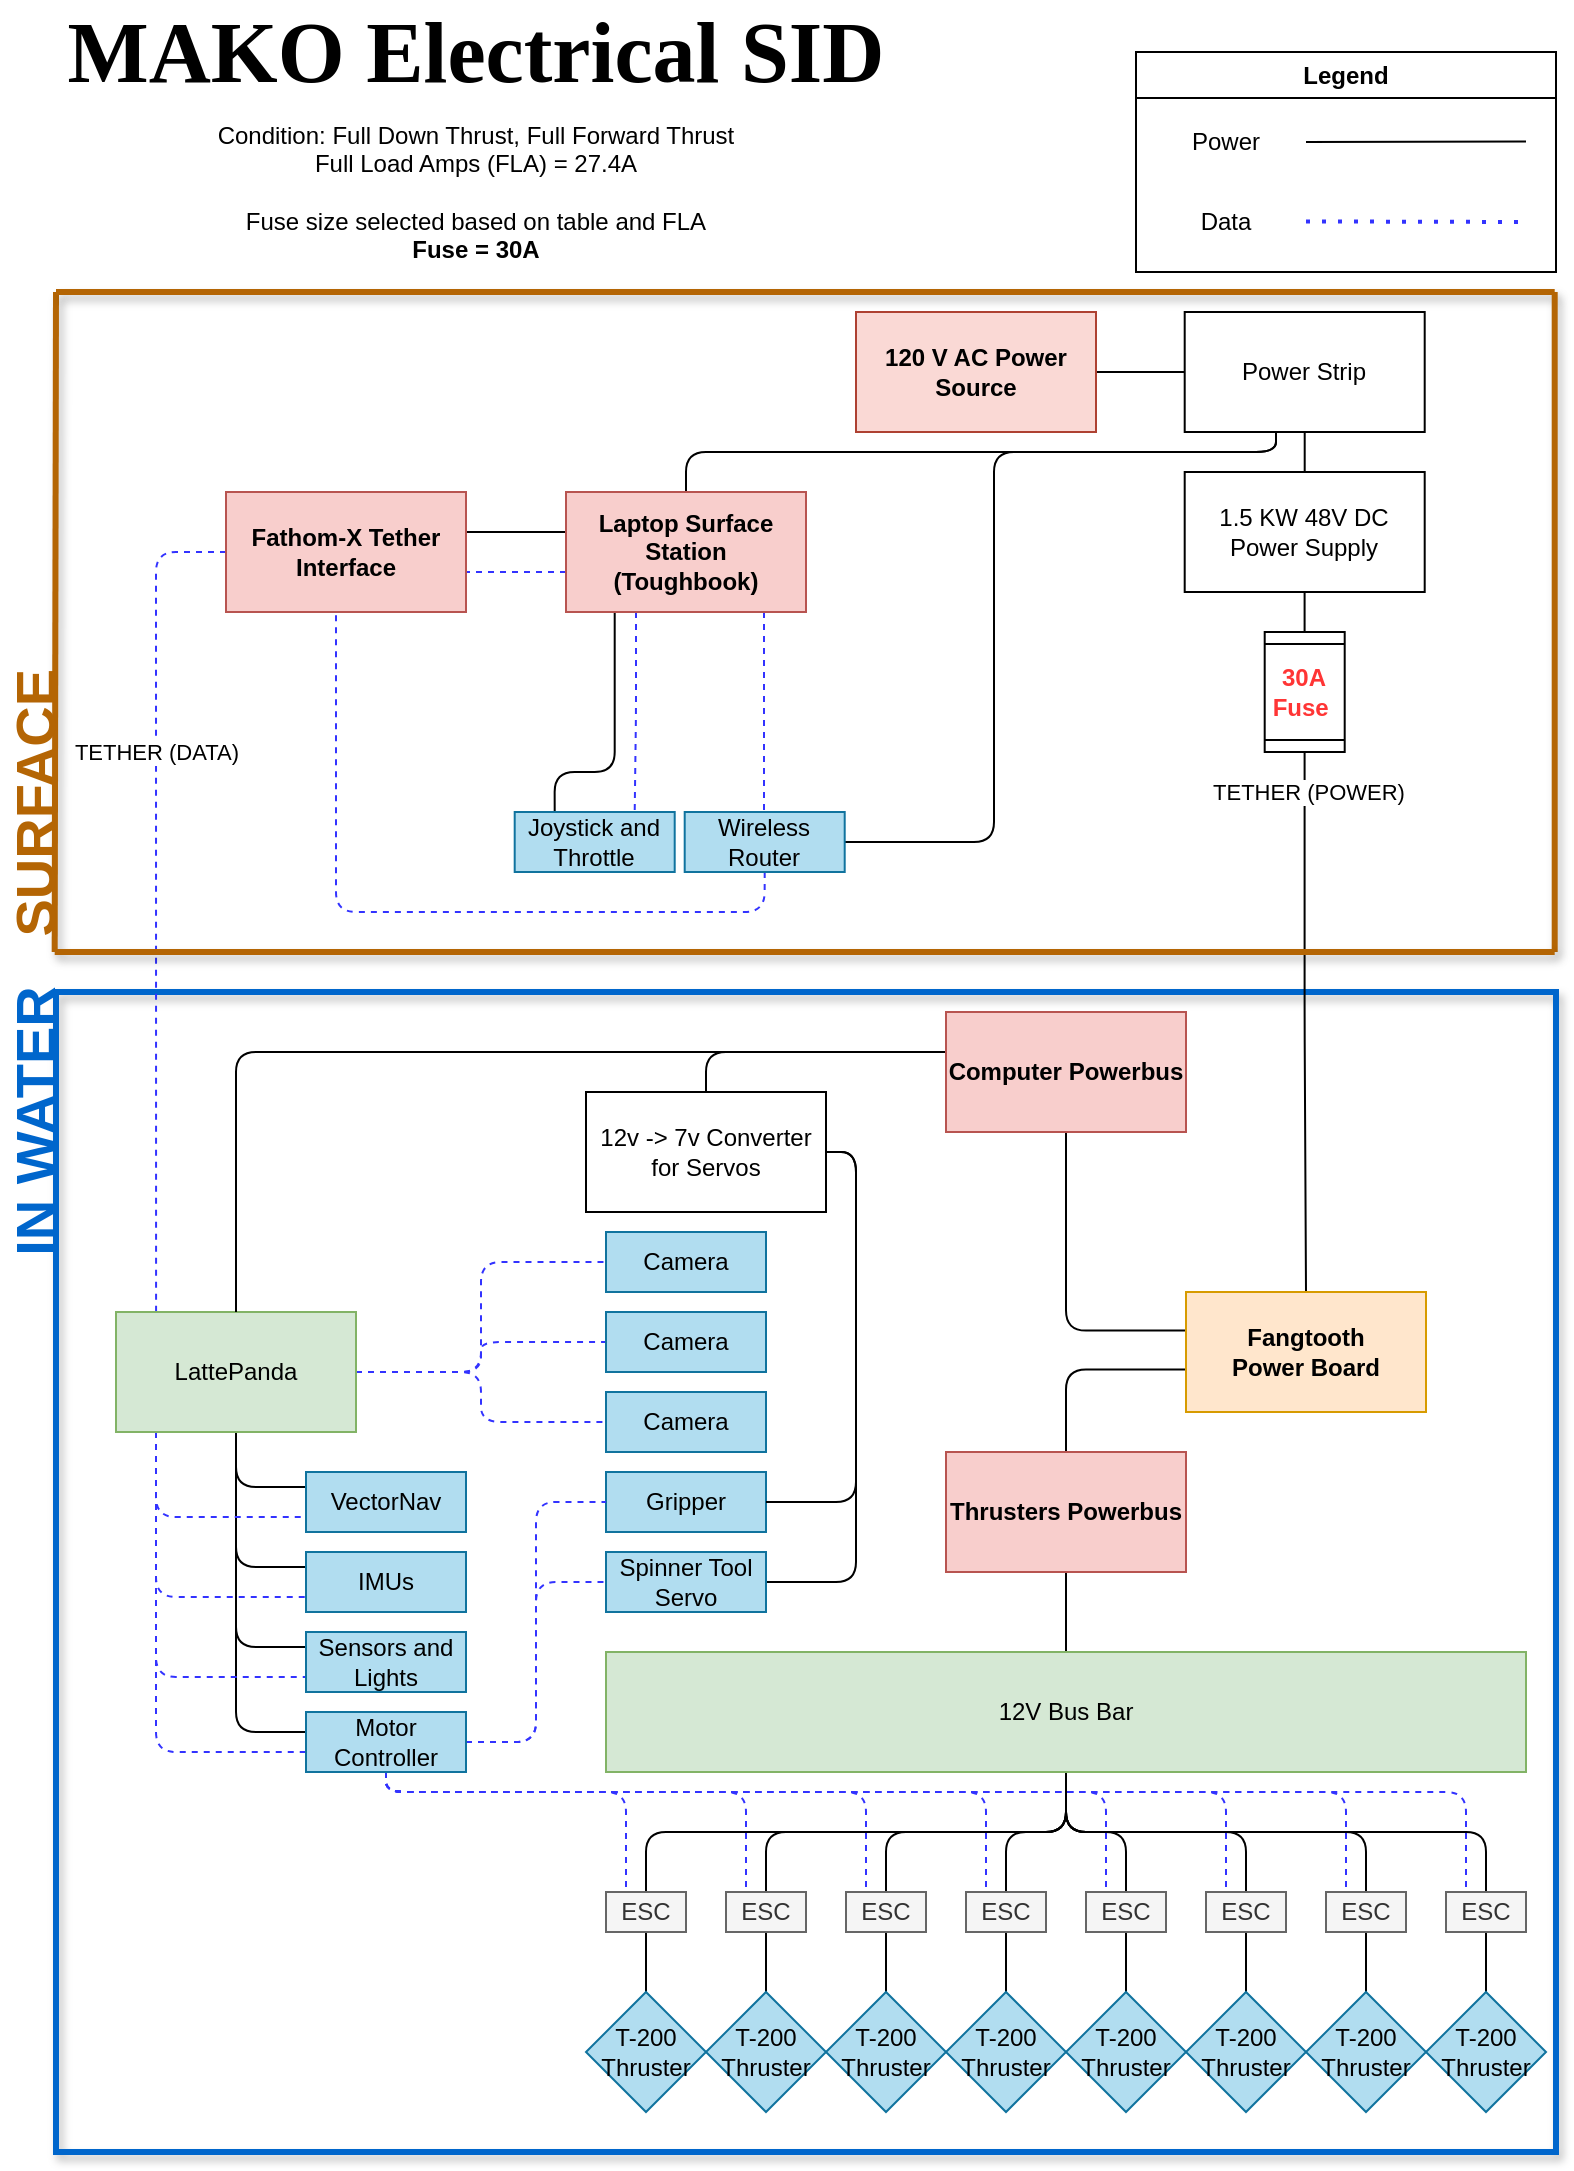
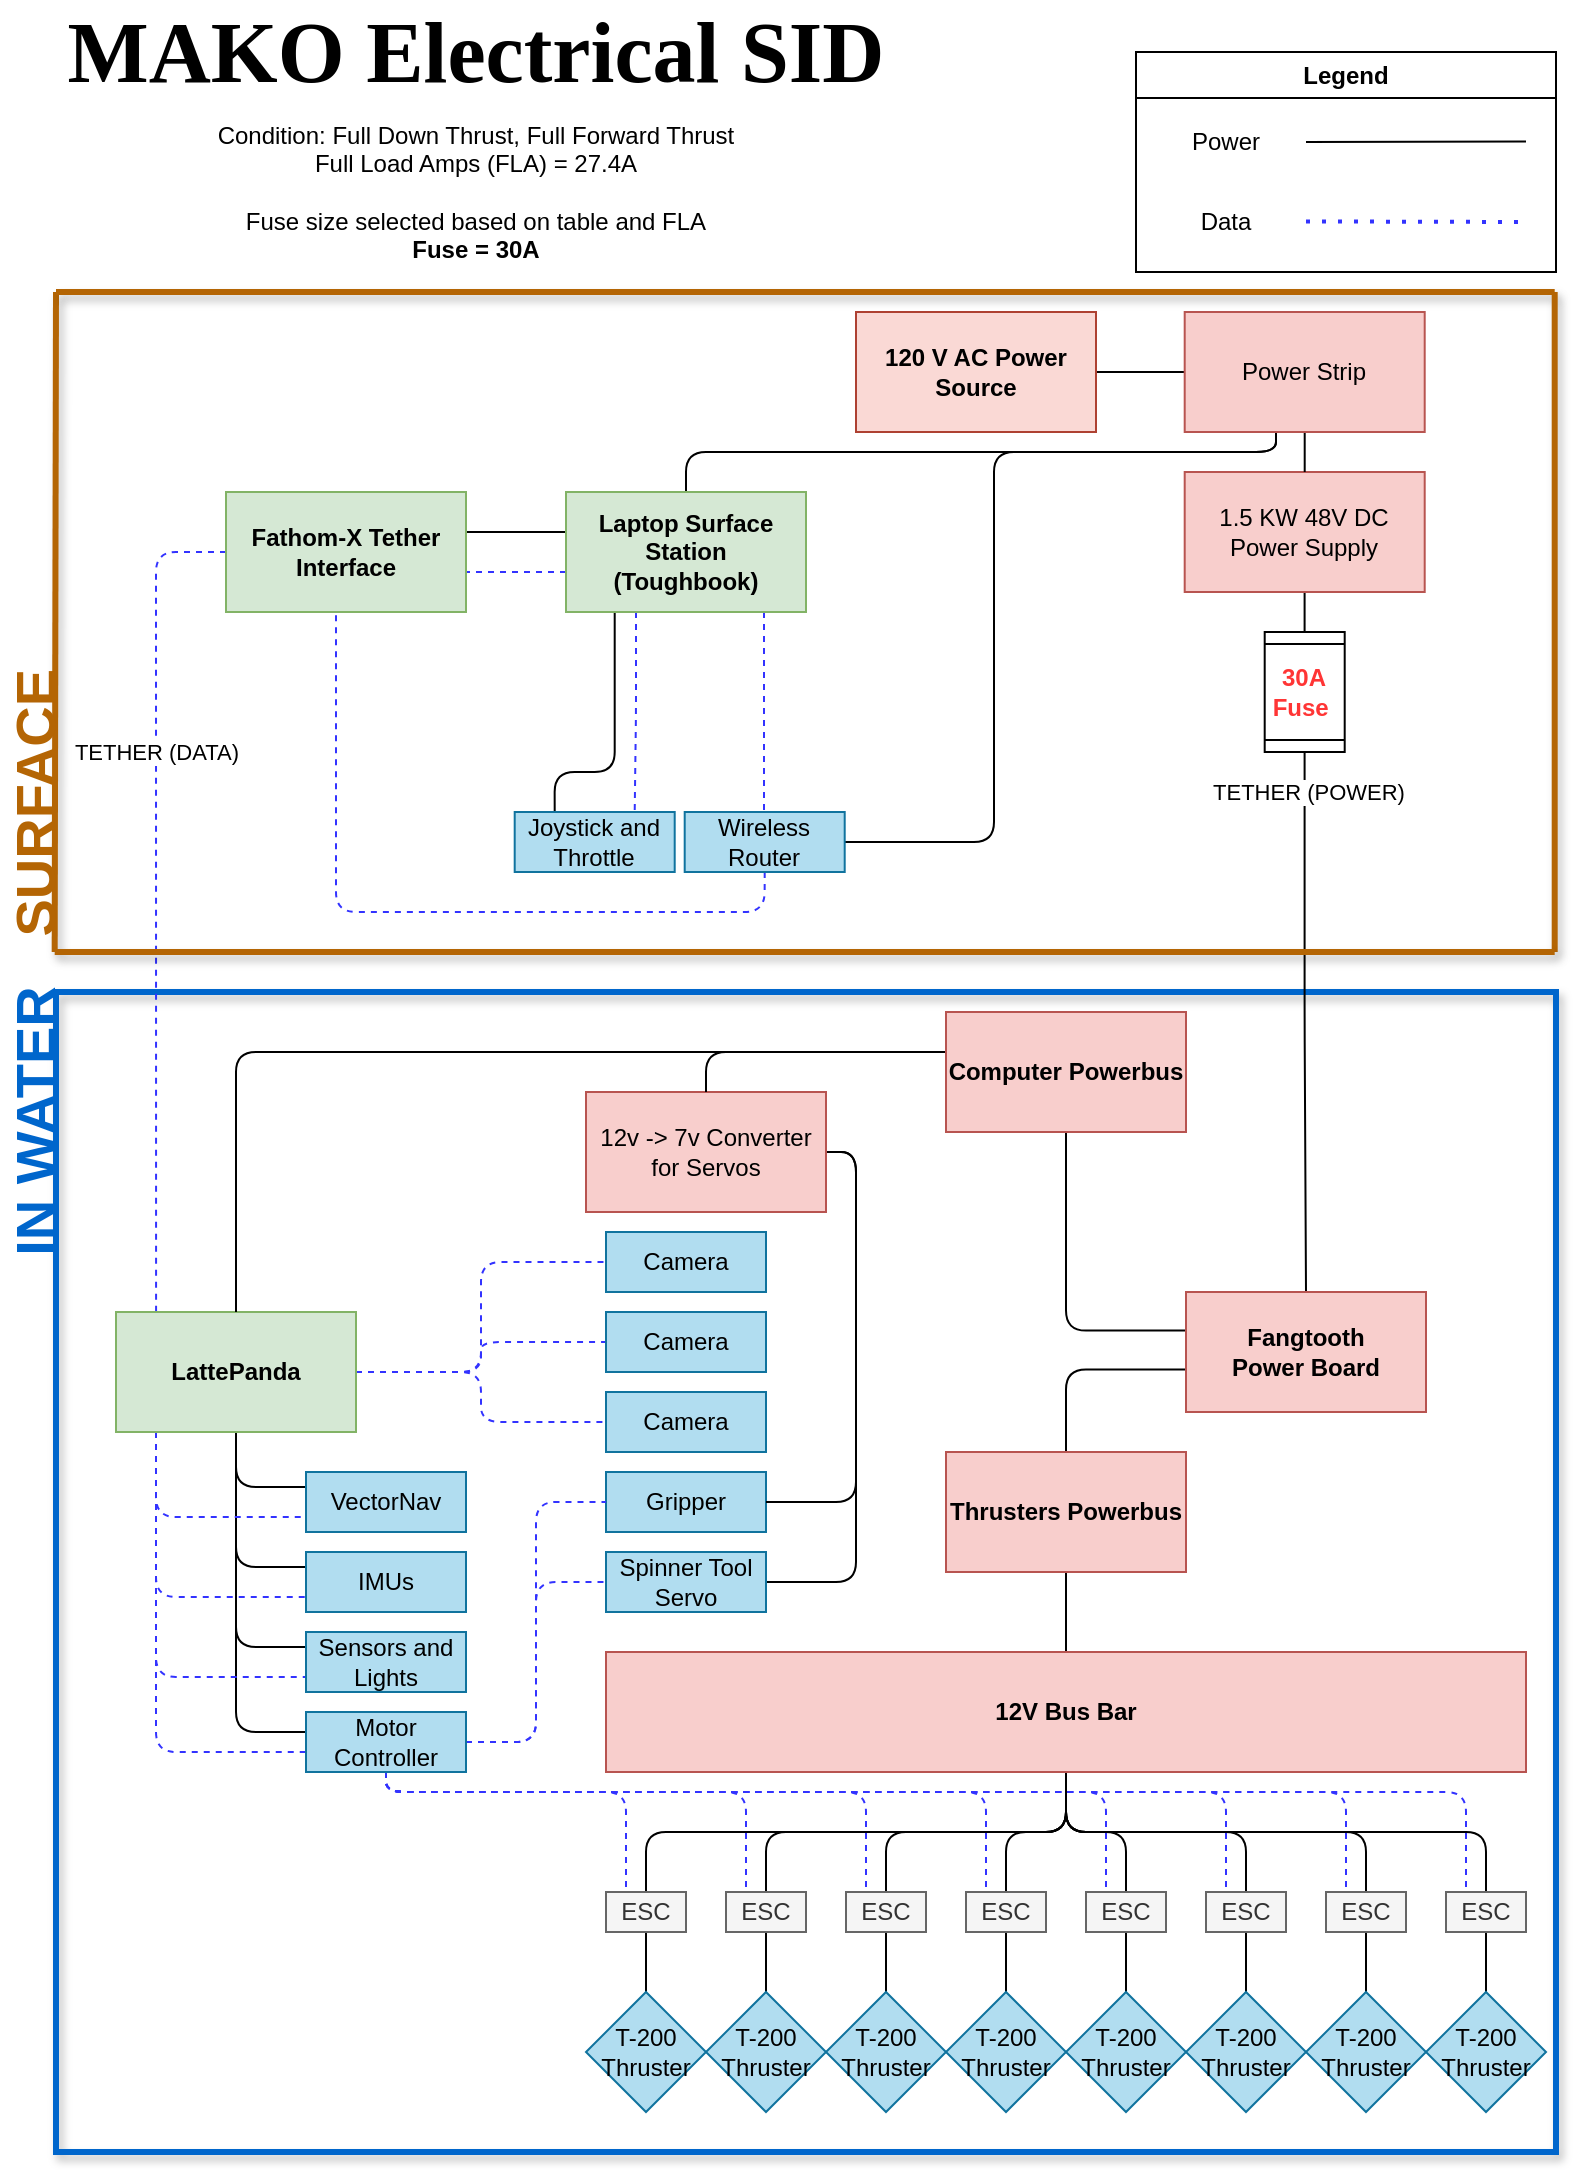
<mxfile host="app.diagrams.net" agent="Mozilla/5.0 (Windows NT 10.0; Win64; x64; rv:139.0) Gecko/20100101 Firefox/139.0">
  <diagram name="Page-1" id="doaNbLGYiiKzRFzNWdXi">
-     <mxGraphModel dx="862" dy="993" grid="1" gridSize="10" guides="1" tooltips="1" connect="1" arrows="1" fold="1" page="1" pageScale="1" pageWidth="850" pageHeight="1100" math="0" shadow="0">
+     <mxGraphModel dx="1204" dy="1192" grid="1" gridSize="10" guides="1" tooltips="1" connect="1" arrows="1" fold="1" page="1" pageScale="1" pageWidth="850" pageHeight="1100" math="0" shadow="0">
      <root>
        <mxCell id="0" />
        <mxCell id="1" parent="0" />
        <mxCell id="0vSBfI8_46AL9H7hPHAw-18" parent="1" style="rounded=0;whiteSpace=wrap;html=1;fillColor=none;strokeWidth=3;strokeColor=#0066CC;glass=0;shadow=1;" value="" vertex="1">
          <mxGeometry height="580" width="750" x="890" y="500" as="geometry" />
        </mxCell>
        <mxCell id="59XTsty1G1Yx93DkZX_j-1" parent="1" style="text;html=1;whiteSpace=wrap;strokeColor=none;fillColor=none;align=center;verticalAlign=middle;rounded=0;fontFamily=Times New Roman;fontStyle=1" value="&lt;font style=&quot;font-size: 43px;&quot;&gt;&lt;span&gt;MAKO Electrical SID&lt;/span&gt;&lt;/font&gt;" vertex="1">
          <mxGeometry height="40" width="420" x="890" y="10" as="geometry" />
        </mxCell>
        <mxCell id="59XTsty1G1Yx93DkZX_j-24" edge="1" parent="1" style="edgeStyle=orthogonalEdgeStyle;rounded=0;orthogonalLoop=1;jettySize=auto;html=1;exitX=0.5;exitY=1;exitDx=0;exitDy=0;">
          <mxGeometry relative="1" as="geometry">
            <mxPoint x="1435" y="910" as="sourcePoint" />
            <mxPoint x="1435" y="910" as="targetPoint" />
          </mxGeometry>
        </mxCell>
        <mxCell id="59XTsty1G1Yx93DkZX_j-45" parent="1" style="swimlane;whiteSpace=wrap;html=1;" value="Legend" vertex="1">
          <mxGeometry height="110" width="210" x="1430" y="30" as="geometry" />
        </mxCell>
        <mxCell id="59XTsty1G1Yx93DkZX_j-46" parent="59XTsty1G1Yx93DkZX_j-45" style="text;html=1;whiteSpace=wrap;strokeColor=none;fillColor=none;align=center;verticalAlign=middle;rounded=0;" value="Power" vertex="1">
          <mxGeometry height="30" width="60" x="15" y="30" as="geometry" />
        </mxCell>
        <mxCell id="59XTsty1G1Yx93DkZX_j-47" parent="59XTsty1G1Yx93DkZX_j-45" style="text;html=1;whiteSpace=wrap;strokeColor=none;fillColor=none;align=center;verticalAlign=middle;rounded=0;" value="Data" vertex="1">
          <mxGeometry height="30" width="60" x="15" y="70" as="geometry" />
        </mxCell>
        <mxCell id="59XTsty1G1Yx93DkZX_j-53" edge="1" parent="59XTsty1G1Yx93DkZX_j-45" style="endArrow=none;dashed=1;html=1;dashPattern=1 3;strokeWidth=2;strokeColor=#3333FF;" value="">
          <mxGeometry height="50" relative="1" width="50" as="geometry">
            <mxPoint x="85" y="84.72" as="sourcePoint" />
            <mxPoint x="195" y="85" as="targetPoint" />
          </mxGeometry>
        </mxCell>
        <mxCell id="59XTsty1G1Yx93DkZX_j-54" edge="1" parent="59XTsty1G1Yx93DkZX_j-45" style="endArrow=none;html=1;strokeColor=#000000;" value="">
          <mxGeometry height="50" relative="1" width="50" as="geometry">
            <mxPoint x="85" y="45.06" as="sourcePoint" />
            <mxPoint x="195" y="44.78" as="targetPoint" />
          </mxGeometry>
        </mxCell>
        <mxCell id="59XTsty1G1Yx93DkZX_j-216" edge="1" parent="1" source="59XTsty1G1Yx93DkZX_j-57" style="edgeStyle=orthogonalEdgeStyle;orthogonalLoop=1;jettySize=auto;html=1;endArrow=none;endFill=0;" target="59XTsty1G1Yx93DkZX_j-208" value="">
          <mxGeometry relative="1" as="geometry" />
        </mxCell>
        <mxCell id="59XTsty1G1Yx93DkZX_j-57" parent="1" style="rounded=0;whiteSpace=wrap;html=1;fillColor=#fad9d5;strokeColor=#ae4132;fontStyle=1" value="120 V AC Power Source" vertex="1">
          <mxGeometry height="60" width="120" x="1290" y="160" as="geometry" />
        </mxCell>
        <mxCell id="59XTsty1G1Yx93DkZX_j-71" edge="1" parent="1" source="59XTsty1G1Yx93DkZX_j-66" style="edgeStyle=orthogonalEdgeStyle;orthogonalLoop=1;jettySize=auto;html=1;endArrow=none;endFill=0;" target="59XTsty1G1Yx93DkZX_j-70" value="">
          <mxGeometry relative="1" as="geometry" />
        </mxCell>
-         <mxCell id="59XTsty1G1Yx93DkZX_j-66" parent="1" style="rounded=0;whiteSpace=wrap;html=1;" value="&lt;div&gt;1.5 KW 48V DC Power Supply&lt;/div&gt;" vertex="1">
+         <mxCell id="59XTsty1G1Yx93DkZX_j-66" parent="1" style="rounded=0;whiteSpace=wrap;html=1;fillColor=#f8cecc;strokeColor=#b85450;" value="&lt;div&gt;1.5 KW 48V DC Power Supply&lt;/div&gt;" vertex="1">
          <mxGeometry height="60" width="120" x="1454.35" y="240" as="geometry" />
        </mxCell>
        <mxCell id="59XTsty1G1Yx93DkZX_j-81" edge="1" parent="1" source="59XTsty1G1Yx93DkZX_j-70" style="edgeStyle=orthogonalEdgeStyle;orthogonalLoop=1;jettySize=auto;html=1;entryX=0.5;entryY=0;entryDx=0;entryDy=0;endArrow=none;endFill=0;" target="59XTsty1G1Yx93DkZX_j-101" value="">
          <mxGeometry relative="1" as="geometry">
            <mxPoint x="1515" y="470" as="targetPoint" />
          </mxGeometry>
        </mxCell>
        <mxCell id="59XTsty1G1Yx93DkZX_j-99" connectable="0" parent="59XTsty1G1Yx93DkZX_j-81" style="edgeLabel;html=1;align=center;verticalAlign=middle;resizable=0;points=[];" value="TETHER (POWER)" vertex="1">
          <mxGeometry relative="1" x="-0.062" y="-1" as="geometry">
            <mxPoint x="2" y="-107" as="offset" />
          </mxGeometry>
        </mxCell>
        <mxCell id="59XTsty1G1Yx93DkZX_j-70" parent="1" style="shape=process;whiteSpace=wrap;html=1;backgroundOutline=1;rounded=0;direction=south;" value="&lt;div&gt;&lt;b style=&quot;color: rgb(255, 53, 53);&quot;&gt;30A&lt;/b&gt;&lt;/div&gt;&lt;div&gt;&lt;b style=&quot;color: rgb(255, 53, 53);&quot;&gt;Fuse&amp;nbsp;&lt;/b&gt;&lt;/div&gt;" vertex="1">
          <mxGeometry height="60" width="40" x="1494.35" y="320" as="geometry" />
        </mxCell>
        <mxCell id="59XTsty1G1Yx93DkZX_j-83" parent="1" style="text;html=1;whiteSpace=wrap;strokeColor=none;fillColor=none;align=center;verticalAlign=middle;rounded=0;" value="&lt;div&gt;Condition: Full Down Thrust, Full Forward Thrust&lt;/div&gt;&lt;div&gt;Full Load Amps (FLA) = 27.4A&lt;/div&gt;&lt;div&gt;&lt;br&gt;&lt;/div&gt;&lt;div&gt;Fuse size selected based on table and FLA&lt;/div&gt;&lt;div&gt;&lt;b&gt;Fuse = 30A&lt;/b&gt;&lt;/div&gt;" vertex="1">
          <mxGeometry height="80" width="410" x="894.9999999999999" y="60" as="geometry" />
        </mxCell>
        <mxCell id="59XTsty1G1Yx93DkZX_j-205" edge="1" parent="1" source="59XTsty1G1Yx93DkZX_j-101" style="edgeStyle=orthogonalEdgeStyle;orthogonalLoop=1;jettySize=auto;html=1;entryX=0.5;entryY=1;entryDx=0;entryDy=0;exitX=-0.004;exitY=0.321;exitDx=0;exitDy=0;exitPerimeter=0;endArrow=none;endFill=0;" target="59XTsty1G1Yx93DkZX_j-180">
          <mxGeometry relative="1" as="geometry" />
        </mxCell>
        <mxCell id="59XTsty1G1Yx93DkZX_j-206" edge="1" parent="1" source="59XTsty1G1Yx93DkZX_j-101" style="edgeStyle=orthogonalEdgeStyle;orthogonalLoop=1;jettySize=auto;html=1;exitX=0.001;exitY=0.645;exitDx=0;exitDy=0;exitPerimeter=0;endArrow=none;endFill=0;" target="59XTsty1G1Yx93DkZX_j-102">
          <mxGeometry relative="1" as="geometry" />
        </mxCell>
-         <mxCell id="59XTsty1G1Yx93DkZX_j-101" parent="1" style="rounded=0;whiteSpace=wrap;html=1;fillColor=#ffe6cc;strokeColor=#d79b00;fontStyle=1" value="&lt;div&gt;Fangtooth&lt;/div&gt;&lt;div&gt;Power Board&lt;/div&gt;" vertex="1">
+         <mxCell id="59XTsty1G1Yx93DkZX_j-101" parent="1" style="rounded=0;whiteSpace=wrap;html=1;fillColor=#f8cecc;strokeColor=#b85450;fontStyle=1" value="&lt;div&gt;Fangtooth&lt;/div&gt;&lt;div&gt;Power Board&lt;/div&gt;" vertex="1">
          <mxGeometry height="60" width="120" x="1455" y="650" as="geometry" />
        </mxCell>
        <mxCell id="59XTsty1G1Yx93DkZX_j-113" edge="1" parent="1" source="59XTsty1G1Yx93DkZX_j-102" style="edgeStyle=orthogonalEdgeStyle;orthogonalLoop=1;jettySize=auto;html=1;entryX=0.5;entryY=0;entryDx=0;entryDy=0;endArrow=none;endFill=0;" target="59XTsty1G1Yx93DkZX_j-108">
          <mxGeometry relative="1" as="geometry" />
        </mxCell>
        <mxCell id="59XTsty1G1Yx93DkZX_j-102" parent="1" style="rounded=0;whiteSpace=wrap;html=1;fillColor=#f8cecc;strokeColor=#b85450;fontStyle=1" value="Thrusters Powerbus" vertex="1">
          <mxGeometry height="60" width="120" x="1335" y="730" as="geometry" />
        </mxCell>
        <mxCell id="59XTsty1G1Yx93DkZX_j-135" edge="1" parent="1" source="59XTsty1G1Yx93DkZX_j-108" style="edgeStyle=orthogonalEdgeStyle;orthogonalLoop=1;jettySize=auto;html=1;entryX=0.5;entryY=0;entryDx=0;entryDy=0;endArrow=none;endFill=0;" target="59XTsty1G1Yx93DkZX_j-116">
          <mxGeometry relative="1" as="geometry" />
        </mxCell>
        <mxCell id="59XTsty1G1Yx93DkZX_j-137" edge="1" parent="1" source="59XTsty1G1Yx93DkZX_j-108" style="edgeStyle=orthogonalEdgeStyle;orthogonalLoop=1;jettySize=auto;html=1;entryX=0.5;entryY=0;entryDx=0;entryDy=0;endArrow=none;endFill=0;" target="59XTsty1G1Yx93DkZX_j-120">
          <mxGeometry relative="1" as="geometry" />
        </mxCell>
        <mxCell id="59XTsty1G1Yx93DkZX_j-138" edge="1" parent="1" source="59XTsty1G1Yx93DkZX_j-108" style="edgeStyle=orthogonalEdgeStyle;orthogonalLoop=1;jettySize=auto;html=1;entryX=0.5;entryY=0;entryDx=0;entryDy=0;endArrow=none;endFill=0;" target="59XTsty1G1Yx93DkZX_j-117">
          <mxGeometry relative="1" as="geometry" />
        </mxCell>
        <mxCell id="59XTsty1G1Yx93DkZX_j-139" edge="1" parent="1" source="59XTsty1G1Yx93DkZX_j-108" style="edgeStyle=orthogonalEdgeStyle;orthogonalLoop=1;jettySize=auto;html=1;entryX=0.5;entryY=0;entryDx=0;entryDy=0;endArrow=none;endFill=0;" target="59XTsty1G1Yx93DkZX_j-118">
          <mxGeometry relative="1" as="geometry" />
        </mxCell>
        <mxCell id="59XTsty1G1Yx93DkZX_j-140" edge="1" parent="1" source="59XTsty1G1Yx93DkZX_j-108" style="edgeStyle=orthogonalEdgeStyle;orthogonalLoop=1;jettySize=auto;html=1;entryX=0.5;entryY=0;entryDx=0;entryDy=0;endArrow=none;endFill=0;" target="59XTsty1G1Yx93DkZX_j-121">
          <mxGeometry relative="1" as="geometry" />
        </mxCell>
        <mxCell id="59XTsty1G1Yx93DkZX_j-141" edge="1" parent="1" source="59XTsty1G1Yx93DkZX_j-108" style="edgeStyle=orthogonalEdgeStyle;orthogonalLoop=1;jettySize=auto;html=1;entryX=0.5;entryY=0;entryDx=0;entryDy=0;endArrow=none;endFill=0;" target="59XTsty1G1Yx93DkZX_j-122">
          <mxGeometry relative="1" as="geometry" />
        </mxCell>
        <mxCell id="59XTsty1G1Yx93DkZX_j-142" edge="1" parent="1" source="59XTsty1G1Yx93DkZX_j-108" style="edgeStyle=orthogonalEdgeStyle;orthogonalLoop=1;jettySize=auto;html=1;entryX=0.5;entryY=0;entryDx=0;entryDy=0;endArrow=none;endFill=0;" target="59XTsty1G1Yx93DkZX_j-123">
          <mxGeometry relative="1" as="geometry" />
        </mxCell>
        <mxCell id="59XTsty1G1Yx93DkZX_j-143" edge="1" parent="1" source="59XTsty1G1Yx93DkZX_j-108" style="edgeStyle=orthogonalEdgeStyle;orthogonalLoop=1;jettySize=auto;html=1;endArrow=none;endFill=0;" target="59XTsty1G1Yx93DkZX_j-124">
          <mxGeometry relative="1" as="geometry" />
        </mxCell>
-         <mxCell id="59XTsty1G1Yx93DkZX_j-108" parent="1" style="rounded=0;whiteSpace=wrap;html=1;fillColor=#d5e8d4;strokeColor=#82b366;fontStyle=0" value="&lt;span&gt;12V Bus Bar&lt;/span&gt;" vertex="1">
+         <mxCell id="59XTsty1G1Yx93DkZX_j-108" parent="1" style="rounded=0;whiteSpace=wrap;html=1;fillColor=#f8cecc;strokeColor=#b85450;fontStyle=0" value="&lt;b&gt;&lt;span&gt;12V Bus Bar&lt;/span&gt;&lt;/b&gt;" vertex="1">
          <mxGeometry height="60" width="460" x="1165" y="830" as="geometry" />
        </mxCell>
        <mxCell id="59XTsty1G1Yx93DkZX_j-158" edge="1" parent="1" source="59XTsty1G1Yx93DkZX_j-111" style="edgeStyle=orthogonalEdgeStyle;orthogonalLoop=1;jettySize=auto;html=1;entryX=0;entryY=0.5;entryDx=0;entryDy=0;dashed=1;strokeColor=#3333FF;endArrow=none;endFill=0;" target="59XTsty1G1Yx93DkZX_j-154">
          <mxGeometry relative="1" as="geometry" />
        </mxCell>
        <mxCell id="59XTsty1G1Yx93DkZX_j-159" edge="1" parent="1" source="59XTsty1G1Yx93DkZX_j-111" style="edgeStyle=orthogonalEdgeStyle;orthogonalLoop=1;jettySize=auto;html=1;entryX=0;entryY=0.5;entryDx=0;entryDy=0;dashed=1;strokeColor=#3333FF;endArrow=none;endFill=0;" target="59XTsty1G1Yx93DkZX_j-153">
          <mxGeometry relative="1" as="geometry" />
        </mxCell>
        <mxCell id="59XTsty1G1Yx93DkZX_j-232" edge="1" parent="1" source="59XTsty1G1Yx93DkZX_j-111" style="edgeStyle=orthogonalEdgeStyle;orthogonalLoop=1;jettySize=auto;html=1;entryX=0;entryY=0.25;entryDx=0;entryDy=0;endArrow=none;endFill=0;" target="59XTsty1G1Yx93DkZX_j-164">
          <mxGeometry relative="1" as="geometry">
            <Array as="points">
              <mxPoint x="980" y="748" />
            </Array>
          </mxGeometry>
        </mxCell>
        <mxCell id="59XTsty1G1Yx93DkZX_j-233" edge="1" parent="1" source="59XTsty1G1Yx93DkZX_j-111" style="edgeStyle=orthogonalEdgeStyle;orthogonalLoop=1;jettySize=auto;html=1;entryX=0;entryY=0.25;entryDx=0;entryDy=0;endArrow=none;endFill=0;" target="59XTsty1G1Yx93DkZX_j-163">
          <mxGeometry relative="1" as="geometry">
            <Array as="points">
              <mxPoint x="980" y="788" />
            </Array>
          </mxGeometry>
        </mxCell>
        <mxCell id="59XTsty1G1Yx93DkZX_j-234" edge="1" parent="1" source="59XTsty1G1Yx93DkZX_j-111" style="edgeStyle=orthogonalEdgeStyle;orthogonalLoop=1;jettySize=auto;html=1;entryX=0;entryY=0.25;entryDx=0;entryDy=0;endArrow=none;endFill=0;" target="59XTsty1G1Yx93DkZX_j-165">
          <mxGeometry relative="1" as="geometry">
            <Array as="points">
              <mxPoint x="980" y="828" />
            </Array>
          </mxGeometry>
        </mxCell>
        <mxCell id="59XTsty1G1Yx93DkZX_j-235" edge="1" parent="1" source="59XTsty1G1Yx93DkZX_j-111" style="edgeStyle=orthogonalEdgeStyle;orthogonalLoop=1;jettySize=auto;html=1;entryX=0.003;entryY=0.353;entryDx=0;entryDy=0;entryPerimeter=0;endArrow=none;endFill=0;" target="59XTsty1G1Yx93DkZX_j-231">
          <mxGeometry relative="1" as="geometry">
            <Array as="points">
              <mxPoint x="980" y="870" />
              <mxPoint x="1015" y="870" />
            </Array>
          </mxGeometry>
        </mxCell>
        <mxCell id="59XTsty1G1Yx93DkZX_j-236" edge="1" parent="1" source="59XTsty1G1Yx93DkZX_j-111" style="edgeStyle=orthogonalEdgeStyle;orthogonalLoop=1;jettySize=auto;html=1;entryX=-0.002;entryY=0.647;entryDx=0;entryDy=0;dashed=1;strokeColor=#3333FF;entryPerimeter=0;endArrow=none;endFill=0;" target="59XTsty1G1Yx93DkZX_j-231">
          <mxGeometry relative="1" as="geometry">
            <Array as="points">
              <mxPoint x="940" y="880" />
              <mxPoint x="1015" y="880" />
            </Array>
          </mxGeometry>
        </mxCell>
        <mxCell id="59XTsty1G1Yx93DkZX_j-237" edge="1" parent="1" source="59XTsty1G1Yx93DkZX_j-111" style="edgeStyle=orthogonalEdgeStyle;orthogonalLoop=1;jettySize=auto;html=1;entryX=0;entryY=0.75;entryDx=0;entryDy=0;dashed=1;strokeColor=#3333FF;endArrow=none;endFill=0;" target="59XTsty1G1Yx93DkZX_j-165">
          <mxGeometry relative="1" as="geometry">
            <Array as="points">
              <mxPoint x="940" y="843" />
            </Array>
          </mxGeometry>
        </mxCell>
        <mxCell id="59XTsty1G1Yx93DkZX_j-238" edge="1" parent="1" source="59XTsty1G1Yx93DkZX_j-111" style="edgeStyle=orthogonalEdgeStyle;orthogonalLoop=1;jettySize=auto;html=1;entryX=0;entryY=0.75;entryDx=0;entryDy=0;dashed=1;strokeColor=#3333FF;endArrow=none;endFill=0;" target="59XTsty1G1Yx93DkZX_j-163">
          <mxGeometry relative="1" as="geometry">
            <Array as="points">
              <mxPoint x="940" y="803" />
            </Array>
          </mxGeometry>
        </mxCell>
        <mxCell id="59XTsty1G1Yx93DkZX_j-239" edge="1" parent="1" source="59XTsty1G1Yx93DkZX_j-111" style="edgeStyle=orthogonalEdgeStyle;orthogonalLoop=1;jettySize=auto;html=1;entryX=0;entryY=0.75;entryDx=0;entryDy=0;dashed=1;strokeColor=#3333FF;endArrow=none;endFill=0;" target="59XTsty1G1Yx93DkZX_j-164">
          <mxGeometry relative="1" as="geometry">
            <Array as="points">
              <mxPoint x="940" y="763" />
            </Array>
          </mxGeometry>
        </mxCell>
        <mxCell id="0vSBfI8_46AL9H7hPHAw-38" edge="1" parent="1" source="59XTsty1G1Yx93DkZX_j-111" style="edgeStyle=orthogonalEdgeStyle;rounded=1;orthogonalLoop=1;jettySize=auto;html=1;entryX=0;entryY=0.5;entryDx=0;entryDy=0;curved=0;endArrow=none;endFill=0;dashed=1;strokeColor=#3333FF;" target="0vSBfI8_46AL9H7hPHAw-37">
          <mxGeometry relative="1" as="geometry" />
        </mxCell>
-         <mxCell id="59XTsty1G1Yx93DkZX_j-111" parent="1" style="rounded=0;whiteSpace=wrap;html=1;fillColor=#d5e8d4;strokeColor=#82b366;" value="LattePanda" vertex="1">
+         <mxCell id="59XTsty1G1Yx93DkZX_j-111" parent="1" style="rounded=0;whiteSpace=wrap;html=1;fillColor=#d5e8d4;strokeColor=#82b366;" value="&lt;b&gt;LattePanda&lt;/b&gt;" vertex="1">
          <mxGeometry height="60" width="120" x="920" y="660" as="geometry" />
        </mxCell>
        <mxCell id="59XTsty1G1Yx93DkZX_j-145" edge="1" parent="1" source="59XTsty1G1Yx93DkZX_j-116" style="edgeStyle=orthogonalEdgeStyle;orthogonalLoop=1;jettySize=auto;html=1;entryX=0.5;entryY=0;entryDx=0;entryDy=0;endArrow=none;endFill=0;" target="59XTsty1G1Yx93DkZX_j-126">
          <mxGeometry relative="1" as="geometry" />
        </mxCell>
        <mxCell id="59XTsty1G1Yx93DkZX_j-116" parent="1" style="rounded=0;whiteSpace=wrap;html=1;fillColor=#f5f5f5;fontColor=#333333;strokeColor=#666666;" value="ESC" vertex="1">
          <mxGeometry height="20" width="40" x="1165" y="950" as="geometry" />
        </mxCell>
        <mxCell id="59XTsty1G1Yx93DkZX_j-147" edge="1" parent="1" source="59XTsty1G1Yx93DkZX_j-117" style="edgeStyle=orthogonalEdgeStyle;orthogonalLoop=1;jettySize=auto;html=1;entryX=0.5;entryY=0;entryDx=0;entryDy=0;endArrow=none;endFill=0;" target="59XTsty1G1Yx93DkZX_j-128">
          <mxGeometry relative="1" as="geometry" />
        </mxCell>
        <mxCell id="59XTsty1G1Yx93DkZX_j-117" parent="1" style="rounded=0;whiteSpace=wrap;html=1;fillColor=#f5f5f5;fontColor=#333333;strokeColor=#666666;" value="ESC" vertex="1">
          <mxGeometry height="20" width="40" x="1285" y="950" as="geometry" />
        </mxCell>
        <mxCell id="59XTsty1G1Yx93DkZX_j-148" edge="1" parent="1" source="59XTsty1G1Yx93DkZX_j-118" style="edgeStyle=orthogonalEdgeStyle;orthogonalLoop=1;jettySize=auto;html=1;entryX=0.5;entryY=0;entryDx=0;entryDy=0;endArrow=none;endFill=0;" target="59XTsty1G1Yx93DkZX_j-129">
          <mxGeometry relative="1" as="geometry" />
        </mxCell>
        <mxCell id="59XTsty1G1Yx93DkZX_j-118" parent="1" style="rounded=0;whiteSpace=wrap;html=1;fillColor=#f5f5f5;fontColor=#333333;strokeColor=#666666;" value="ESC" vertex="1">
          <mxGeometry height="20" width="40" x="1345" y="950" as="geometry" />
        </mxCell>
        <mxCell id="59XTsty1G1Yx93DkZX_j-146" edge="1" parent="1" source="59XTsty1G1Yx93DkZX_j-120" style="edgeStyle=orthogonalEdgeStyle;orthogonalLoop=1;jettySize=auto;html=1;entryX=0.5;entryY=0;entryDx=0;entryDy=0;endArrow=none;endFill=0;" target="59XTsty1G1Yx93DkZX_j-127">
          <mxGeometry relative="1" as="geometry" />
        </mxCell>
        <mxCell id="59XTsty1G1Yx93DkZX_j-120" parent="1" style="rounded=0;whiteSpace=wrap;html=1;fillColor=#f5f5f5;fontColor=#333333;strokeColor=#666666;" value="ESC" vertex="1">
          <mxGeometry height="20" width="40" x="1225" y="950" as="geometry" />
        </mxCell>
        <mxCell id="59XTsty1G1Yx93DkZX_j-149" edge="1" parent="1" source="59XTsty1G1Yx93DkZX_j-121" style="edgeStyle=orthogonalEdgeStyle;orthogonalLoop=1;jettySize=auto;html=1;entryX=0.5;entryY=0;entryDx=0;entryDy=0;endArrow=none;endFill=0;" target="59XTsty1G1Yx93DkZX_j-130">
          <mxGeometry relative="1" as="geometry" />
        </mxCell>
        <mxCell id="59XTsty1G1Yx93DkZX_j-121" parent="1" style="rounded=0;whiteSpace=wrap;html=1;fillColor=#f5f5f5;fontColor=#333333;strokeColor=#666666;" value="ESC" vertex="1">
          <mxGeometry height="20" width="40" x="1405" y="950" as="geometry" />
        </mxCell>
        <mxCell id="59XTsty1G1Yx93DkZX_j-150" edge="1" parent="1" source="59XTsty1G1Yx93DkZX_j-122" style="edgeStyle=orthogonalEdgeStyle;orthogonalLoop=1;jettySize=auto;html=1;entryX=0.5;entryY=0;entryDx=0;entryDy=0;endArrow=none;endFill=0;" target="59XTsty1G1Yx93DkZX_j-131">
          <mxGeometry relative="1" as="geometry" />
        </mxCell>
        <mxCell id="59XTsty1G1Yx93DkZX_j-122" parent="1" style="rounded=0;whiteSpace=wrap;html=1;fillColor=#f5f5f5;fontColor=#333333;strokeColor=#666666;" value="ESC" vertex="1">
          <mxGeometry height="20" width="40" x="1465" y="950" as="geometry" />
        </mxCell>
        <mxCell id="59XTsty1G1Yx93DkZX_j-151" edge="1" parent="1" source="59XTsty1G1Yx93DkZX_j-123" style="edgeStyle=orthogonalEdgeStyle;orthogonalLoop=1;jettySize=auto;html=1;entryX=0.5;entryY=0;entryDx=0;entryDy=0;endArrow=none;endFill=0;" target="59XTsty1G1Yx93DkZX_j-132">
          <mxGeometry relative="1" as="geometry" />
        </mxCell>
        <mxCell id="59XTsty1G1Yx93DkZX_j-123" parent="1" style="rounded=0;whiteSpace=wrap;html=1;fillColor=#f5f5f5;fontColor=#333333;strokeColor=#666666;" value="ESC" vertex="1">
          <mxGeometry height="20" width="40" x="1525" y="950" as="geometry" />
        </mxCell>
        <mxCell id="59XTsty1G1Yx93DkZX_j-152" edge="1" parent="1" source="59XTsty1G1Yx93DkZX_j-124" style="edgeStyle=orthogonalEdgeStyle;orthogonalLoop=1;jettySize=auto;html=1;entryX=0.5;entryY=0;entryDx=0;entryDy=0;endArrow=none;endFill=0;" target="59XTsty1G1Yx93DkZX_j-133">
          <mxGeometry relative="1" as="geometry" />
        </mxCell>
        <mxCell id="59XTsty1G1Yx93DkZX_j-124" parent="1" style="rounded=0;whiteSpace=wrap;html=1;fillColor=#f5f5f5;fontColor=#333333;strokeColor=#666666;" value="ESC" vertex="1">
          <mxGeometry height="20" width="40" x="1585" y="950" as="geometry" />
        </mxCell>
        <mxCell id="59XTsty1G1Yx93DkZX_j-126" parent="1" style="rhombus;whiteSpace=wrap;html=1;fillColor=#b1ddf0;strokeColor=#10739e;" value="T-200 Thruster" vertex="1">
          <mxGeometry height="60" width="60" x="1155" y="1000" as="geometry" />
        </mxCell>
        <mxCell id="59XTsty1G1Yx93DkZX_j-127" parent="1" style="rhombus;whiteSpace=wrap;html=1;fillColor=#b1ddf0;strokeColor=#10739e;" value="T-200 Thruster" vertex="1">
          <mxGeometry height="60" width="60" x="1215" y="1000" as="geometry" />
        </mxCell>
        <mxCell id="59XTsty1G1Yx93DkZX_j-128" parent="1" style="rhombus;whiteSpace=wrap;html=1;fillColor=#b1ddf0;strokeColor=#10739e;" value="T-200 Thruster" vertex="1">
          <mxGeometry height="60" width="60" x="1275" y="1000" as="geometry" />
        </mxCell>
        <mxCell id="59XTsty1G1Yx93DkZX_j-129" parent="1" style="rhombus;whiteSpace=wrap;html=1;fillColor=#b1ddf0;strokeColor=#10739e;" value="T-200 Thruster" vertex="1">
          <mxGeometry height="60" width="60" x="1335" y="1000" as="geometry" />
        </mxCell>
        <mxCell id="59XTsty1G1Yx93DkZX_j-130" parent="1" style="rhombus;whiteSpace=wrap;html=1;fillColor=#b1ddf0;strokeColor=#10739e;" value="T-200 Thruster" vertex="1">
          <mxGeometry height="60" width="60" x="1395" y="1000" as="geometry" />
        </mxCell>
        <mxCell id="59XTsty1G1Yx93DkZX_j-131" parent="1" style="rhombus;whiteSpace=wrap;html=1;fillColor=#b1ddf0;strokeColor=#10739e;" value="T-200 Thruster" vertex="1">
          <mxGeometry height="60" width="60" x="1455" y="1000" as="geometry" />
        </mxCell>
        <mxCell id="59XTsty1G1Yx93DkZX_j-132" parent="1" style="rhombus;whiteSpace=wrap;html=1;fillColor=#b1ddf0;strokeColor=#10739e;" value="T-200 Thruster" vertex="1">
          <mxGeometry height="60" width="60" x="1515" y="1000" as="geometry" />
        </mxCell>
        <mxCell id="59XTsty1G1Yx93DkZX_j-133" parent="1" style="rhombus;whiteSpace=wrap;html=1;fillColor=#b1ddf0;strokeColor=#10739e;" value="T-200 Thruster" vertex="1">
          <mxGeometry height="60" width="60" x="1575" y="1000" as="geometry" />
        </mxCell>
        <mxCell id="59XTsty1G1Yx93DkZX_j-153" parent="1" style="rounded=0;whiteSpace=wrap;html=1;fillColor=#b1ddf0;strokeColor=#10739e;" value="Camera" vertex="1">
          <mxGeometry height="30" width="80" x="1165" y="660" as="geometry" />
        </mxCell>
        <mxCell id="59XTsty1G1Yx93DkZX_j-154" parent="1" style="rounded=0;whiteSpace=wrap;html=1;fillColor=#b1ddf0;strokeColor=#10739e;" value="Camera" vertex="1">
          <mxGeometry height="30" width="80" x="1165" y="700" as="geometry" />
        </mxCell>
        <mxCell id="59XTsty1G1Yx93DkZX_j-155" parent="1" style="rounded=0;whiteSpace=wrap;html=1;fillColor=#b1ddf0;strokeColor=#10739e;" value="Gripper" vertex="1">
          <mxGeometry height="30" width="80" x="1165" y="740" as="geometry" />
        </mxCell>
        <mxCell id="59XTsty1G1Yx93DkZX_j-163" parent="1" style="rounded=0;whiteSpace=wrap;html=1;fillColor=#b1ddf0;strokeColor=#10739e;" value="IMUs" vertex="1">
          <mxGeometry height="30" width="80" x="1015" y="780" as="geometry" />
        </mxCell>
        <mxCell id="59XTsty1G1Yx93DkZX_j-164" parent="1" style="rounded=0;whiteSpace=wrap;html=1;fillColor=#b1ddf0;strokeColor=#10739e;" value="VectorNav" vertex="1">
          <mxGeometry height="30" width="80" x="1015" y="740" as="geometry" />
        </mxCell>
        <mxCell id="59XTsty1G1Yx93DkZX_j-165" parent="1" style="rounded=0;whiteSpace=wrap;html=1;fillColor=#b1ddf0;strokeColor=#10739e;" value="Sensors and Lights" vertex="1">
          <mxGeometry height="30" width="80" x="1015" y="820" as="geometry" />
        </mxCell>
        <mxCell id="59XTsty1G1Yx93DkZX_j-185" edge="1" parent="1" source="59XTsty1G1Yx93DkZX_j-179" style="edgeStyle=orthogonalEdgeStyle;orthogonalLoop=1;jettySize=auto;html=1;entryX=1;entryY=0.5;entryDx=0;entryDy=0;endArrow=none;endFill=0;" target="59XTsty1G1Yx93DkZX_j-155">
          <mxGeometry relative="1" as="geometry">
            <Array as="points">
              <mxPoint x="1290" y="580" />
              <mxPoint x="1290" y="755" />
            </Array>
          </mxGeometry>
        </mxCell>
        <mxCell id="0vSBfI8_46AL9H7hPHAw-5" edge="1" parent="1" source="59XTsty1G1Yx93DkZX_j-179" style="edgeStyle=orthogonalEdgeStyle;rounded=1;orthogonalLoop=1;jettySize=auto;html=1;entryX=1;entryY=0.5;entryDx=0;entryDy=0;curved=0;endArrow=none;endFill=0;" target="0vSBfI8_46AL9H7hPHAw-3">
          <mxGeometry relative="1" as="geometry">
            <Array as="points">
              <mxPoint x="1290" y="580" />
              <mxPoint x="1290" y="795" />
            </Array>
          </mxGeometry>
        </mxCell>
-         <mxCell id="59XTsty1G1Yx93DkZX_j-179" parent="1" style="rounded=0;whiteSpace=wrap;html=1;" value="12v -&amp;gt; 7v Converter for Servos" vertex="1">
+         <mxCell id="59XTsty1G1Yx93DkZX_j-179" parent="1" style="rounded=0;whiteSpace=wrap;html=1;fillColor=#f8cecc;strokeColor=#b85450;" value="12v -&amp;gt; 7v Converter for Servos" vertex="1">
          <mxGeometry height="60" width="120" x="1155" y="550" as="geometry" />
        </mxCell>
        <mxCell id="59XTsty1G1Yx93DkZX_j-183" edge="1" parent="1" source="59XTsty1G1Yx93DkZX_j-180" style="edgeStyle=orthogonalEdgeStyle;orthogonalLoop=1;jettySize=auto;html=1;endArrow=none;endFill=0;" target="59XTsty1G1Yx93DkZX_j-111">
          <mxGeometry relative="1" as="geometry">
            <Array as="points">
              <mxPoint x="980" y="530" />
            </Array>
          </mxGeometry>
        </mxCell>
        <mxCell id="59XTsty1G1Yx93DkZX_j-184" edge="1" parent="1" source="59XTsty1G1Yx93DkZX_j-180" style="edgeStyle=orthogonalEdgeStyle;orthogonalLoop=1;jettySize=auto;html=1;entryX=0.5;entryY=0;entryDx=0;entryDy=0;endArrow=none;endFill=0;" target="59XTsty1G1Yx93DkZX_j-179">
          <mxGeometry relative="1" as="geometry">
            <Array as="points">
              <mxPoint x="1215" y="530" />
            </Array>
          </mxGeometry>
        </mxCell>
        <mxCell id="59XTsty1G1Yx93DkZX_j-180" parent="1" style="rounded=0;whiteSpace=wrap;html=1;fillColor=#f8cecc;strokeColor=#b85450;fontStyle=1" value="Computer Powerbus" vertex="1">
          <mxGeometry height="60" width="120" x="1335" y="510" as="geometry" />
        </mxCell>
        <mxCell id="59XTsty1G1Yx93DkZX_j-218" edge="1" parent="1" source="59XTsty1G1Yx93DkZX_j-208" style="edgeStyle=orthogonalEdgeStyle;orthogonalLoop=1;jettySize=auto;html=1;endArrow=none;endFill=0;" target="59XTsty1G1Yx93DkZX_j-66">
          <mxGeometry relative="1" as="geometry">
            <Array as="points">
              <mxPoint x="1520" y="250" />
              <mxPoint x="1520" y="250" />
            </Array>
          </mxGeometry>
        </mxCell>
        <mxCell id="59XTsty1G1Yx93DkZX_j-224" edge="1" parent="1" source="59XTsty1G1Yx93DkZX_j-208" style="edgeStyle=orthogonalEdgeStyle;orthogonalLoop=1;jettySize=auto;html=1;entryX=1;entryY=0.5;entryDx=0;entryDy=0;endArrow=none;endFill=0;" target="59XTsty1G1Yx93DkZX_j-221">
          <mxGeometry relative="1" as="geometry">
            <Array as="points">
              <mxPoint x="1500" y="230" />
              <mxPoint x="1359" y="230" />
              <mxPoint x="1359" y="425" />
            </Array>
          </mxGeometry>
        </mxCell>
        <mxCell id="37D4bjrBw4_Emu08I7YZ-1" edge="1" parent="1" source="59XTsty1G1Yx93DkZX_j-208" style="edgeStyle=orthogonalEdgeStyle;rounded=1;orthogonalLoop=1;jettySize=auto;html=1;endArrow=none;endFill=0;curved=0;" target="59XTsty1G1Yx93DkZX_j-214">
          <mxGeometry relative="1" as="geometry">
            <Array as="points">
              <mxPoint x="1500" y="230" />
              <mxPoint x="1205" y="230" />
            </Array>
          </mxGeometry>
        </mxCell>
-         <mxCell id="59XTsty1G1Yx93DkZX_j-208" parent="1" style="rounded=0;whiteSpace=wrap;html=1;" value="Power Strip" vertex="1">
+         <mxCell id="59XTsty1G1Yx93DkZX_j-208" parent="1" style="rounded=0;whiteSpace=wrap;html=1;fillColor=#f8cecc;strokeColor=#b85450;" value="Power Strip" vertex="1">
          <mxGeometry height="60" width="120" x="1454.35" y="160" as="geometry" />
        </mxCell>
        <mxCell id="59XTsty1G1Yx93DkZX_j-226" edge="1" parent="1" source="59XTsty1G1Yx93DkZX_j-214" style="edgeStyle=orthogonalEdgeStyle;orthogonalLoop=1;jettySize=auto;html=1;dashed=1;strokeColor=#3333FF;entryX=0.75;entryY=0;entryDx=0;entryDy=0;endArrow=none;endFill=0;" target="59XTsty1G1Yx93DkZX_j-222" value="">
          <mxGeometry relative="1" as="geometry">
            <Array as="points">
              <mxPoint x="1180" y="360" />
              <mxPoint x="1179" y="360" />
            </Array>
          </mxGeometry>
        </mxCell>
        <mxCell id="59XTsty1G1Yx93DkZX_j-227" edge="1" parent="1" source="59XTsty1G1Yx93DkZX_j-214" style="edgeStyle=orthogonalEdgeStyle;orthogonalLoop=1;jettySize=auto;html=1;dashed=1;strokeColor=#3333FF;endArrow=none;endFill=0;" target="59XTsty1G1Yx93DkZX_j-221">
          <mxGeometry relative="1" as="geometry">
            <Array as="points">
              <mxPoint x="1244" y="350" />
              <mxPoint x="1244" y="350" />
            </Array>
          </mxGeometry>
        </mxCell>
        <mxCell id="0vSBfI8_46AL9H7hPHAw-9" edge="1" parent="1" source="59XTsty1G1Yx93DkZX_j-214" style="edgeStyle=orthogonalEdgeStyle;rounded=0;orthogonalLoop=1;jettySize=auto;html=1;endArrow=none;endFill=0;" target="0vSBfI8_46AL9H7hPHAw-7" value="">
          <mxGeometry relative="1" as="geometry">
            <Array as="points">
              <mxPoint x="1120" y="270" />
              <mxPoint x="1120" y="270" />
            </Array>
          </mxGeometry>
        </mxCell>
        <mxCell id="0vSBfI8_46AL9H7hPHAw-13" edge="1" parent="1" source="59XTsty1G1Yx93DkZX_j-214" style="edgeStyle=orthogonalEdgeStyle;rounded=1;orthogonalLoop=1;jettySize=auto;html=1;entryX=0.25;entryY=0;entryDx=0;entryDy=0;curved=0;endArrow=none;endFill=0;" target="59XTsty1G1Yx93DkZX_j-222">
          <mxGeometry relative="1" as="geometry">
            <Array as="points">
              <mxPoint x="1169.35" y="390" />
              <mxPoint x="1139.35" y="390" />
            </Array>
          </mxGeometry>
        </mxCell>
        <mxCell id="0vSBfI8_46AL9H7hPHAw-36" edge="1" parent="1" source="59XTsty1G1Yx93DkZX_j-214" style="edgeStyle=orthogonalEdgeStyle;rounded=0;orthogonalLoop=1;jettySize=auto;html=1;dashed=1;strokeColor=#3333FF;endArrow=none;endFill=0;" target="0vSBfI8_46AL9H7hPHAw-7" value="">
          <mxGeometry relative="1" as="geometry">
            <Array as="points">
              <mxPoint x="1120" y="290" />
              <mxPoint x="1120" y="290" />
            </Array>
          </mxGeometry>
        </mxCell>
-         <mxCell id="59XTsty1G1Yx93DkZX_j-214" parent="1" style="rounded=0;whiteSpace=wrap;html=1;fillColor=#f8cecc;strokeColor=#b85450;fontStyle=1" value="&lt;div&gt;Laptop Surface Station&lt;/div&gt;&lt;div&gt;(Toughbook)&lt;/div&gt;" vertex="1">
+         <mxCell id="59XTsty1G1Yx93DkZX_j-214" parent="1" style="rounded=0;whiteSpace=wrap;html=1;fillColor=#d5e8d4;strokeColor=#82b366;fontStyle=1" value="&lt;div&gt;Laptop Surface Station&lt;/div&gt;&lt;div&gt;(Toughbook)&lt;/div&gt;" vertex="1">
          <mxGeometry height="60" width="120" x="1145" y="250" as="geometry" />
        </mxCell>
        <mxCell id="0vSBfI8_46AL9H7hPHAw-10" edge="1" parent="1" source="59XTsty1G1Yx93DkZX_j-221" style="edgeStyle=orthogonalEdgeStyle;rounded=1;orthogonalLoop=1;jettySize=auto;html=1;strokeColor=#3333FF;curved=0;dashed=1;exitX=0.5;exitY=1;exitDx=0;exitDy=0;endArrow=none;endFill=0;" target="0vSBfI8_46AL9H7hPHAw-7">
          <mxGeometry relative="1" as="geometry">
            <Array as="points">
              <mxPoint x="1244" y="460" />
              <mxPoint x="1030" y="460" />
            </Array>
          </mxGeometry>
        </mxCell>
        <mxCell id="59XTsty1G1Yx93DkZX_j-221" parent="1" style="rounded=0;whiteSpace=wrap;html=1;fillColor=#b1ddf0;strokeColor=#10739e;" value="Wireless Router" vertex="1">
          <mxGeometry height="30" width="80" x="1204.35" y="410" as="geometry" />
        </mxCell>
        <mxCell id="59XTsty1G1Yx93DkZX_j-222" parent="1" style="rounded=0;whiteSpace=wrap;html=1;fillColor=#b1ddf0;strokeColor=#10739e;" value="Joystick and Throttle" vertex="1">
          <mxGeometry height="30" width="80" x="1119.35" y="410" as="geometry" />
        </mxCell>
        <mxCell id="59XTsty1G1Yx93DkZX_j-242" edge="1" parent="1" source="59XTsty1G1Yx93DkZX_j-231" style="edgeStyle=orthogonalEdgeStyle;orthogonalLoop=1;jettySize=auto;html=1;entryX=0.25;entryY=0;entryDx=0;entryDy=0;dashed=1;strokeColor=#3333FF;endArrow=none;endFill=0;" target="59XTsty1G1Yx93DkZX_j-123">
          <mxGeometry relative="1" as="geometry">
            <Array as="points">
              <mxPoint x="1055" y="900" />
              <mxPoint x="1535" y="900" />
            </Array>
          </mxGeometry>
        </mxCell>
        <mxCell id="59XTsty1G1Yx93DkZX_j-243" edge="1" parent="1" source="59XTsty1G1Yx93DkZX_j-231" style="edgeStyle=orthogonalEdgeStyle;orthogonalLoop=1;jettySize=auto;html=1;entryX=0.25;entryY=0;entryDx=0;entryDy=0;dashed=1;strokeColor=#3333FF;endArrow=none;endFill=0;" target="59XTsty1G1Yx93DkZX_j-124">
          <mxGeometry relative="1" as="geometry">
            <Array as="points">
              <mxPoint x="1055" y="900" />
              <mxPoint x="1595" y="900" />
            </Array>
          </mxGeometry>
        </mxCell>
        <mxCell id="59XTsty1G1Yx93DkZX_j-244" edge="1" parent="1" source="59XTsty1G1Yx93DkZX_j-231" style="edgeStyle=orthogonalEdgeStyle;orthogonalLoop=1;jettySize=auto;html=1;entryX=0.25;entryY=0;entryDx=0;entryDy=0;dashed=1;strokeColor=#3333FF;endArrow=none;endFill=0;" target="59XTsty1G1Yx93DkZX_j-122">
          <mxGeometry relative="1" as="geometry">
            <Array as="points">
              <mxPoint x="1055" y="900" />
              <mxPoint x="1475" y="900" />
            </Array>
          </mxGeometry>
        </mxCell>
        <mxCell id="59XTsty1G1Yx93DkZX_j-245" edge="1" parent="1" source="59XTsty1G1Yx93DkZX_j-231" style="edgeStyle=orthogonalEdgeStyle;orthogonalLoop=1;jettySize=auto;html=1;entryX=0.25;entryY=0;entryDx=0;entryDy=0;dashed=1;strokeColor=#3333FF;endArrow=none;endFill=0;" target="59XTsty1G1Yx93DkZX_j-121">
          <mxGeometry relative="1" as="geometry">
            <Array as="points">
              <mxPoint x="1055" y="900" />
              <mxPoint x="1415" y="900" />
            </Array>
          </mxGeometry>
        </mxCell>
        <mxCell id="59XTsty1G1Yx93DkZX_j-246" edge="1" parent="1" source="59XTsty1G1Yx93DkZX_j-231" style="edgeStyle=orthogonalEdgeStyle;orthogonalLoop=1;jettySize=auto;html=1;entryX=0.25;entryY=0;entryDx=0;entryDy=0;dashed=1;strokeColor=#3333FF;endArrow=none;endFill=0;" target="59XTsty1G1Yx93DkZX_j-118">
          <mxGeometry relative="1" as="geometry">
            <Array as="points">
              <mxPoint x="1055" y="900" />
              <mxPoint x="1355" y="900" />
            </Array>
          </mxGeometry>
        </mxCell>
        <mxCell id="59XTsty1G1Yx93DkZX_j-247" edge="1" parent="1" source="59XTsty1G1Yx93DkZX_j-231" style="edgeStyle=orthogonalEdgeStyle;orthogonalLoop=1;jettySize=auto;html=1;entryX=0.25;entryY=0;entryDx=0;entryDy=0;dashed=1;strokeColor=#3333FF;endArrow=none;endFill=0;" target="59XTsty1G1Yx93DkZX_j-117">
          <mxGeometry relative="1" as="geometry">
            <Array as="points">
              <mxPoint x="1055" y="900" />
              <mxPoint x="1295" y="900" />
            </Array>
          </mxGeometry>
        </mxCell>
        <mxCell id="59XTsty1G1Yx93DkZX_j-248" edge="1" parent="1" source="59XTsty1G1Yx93DkZX_j-231" style="edgeStyle=orthogonalEdgeStyle;orthogonalLoop=1;jettySize=auto;html=1;entryX=0.25;entryY=0;entryDx=0;entryDy=0;dashed=1;strokeColor=#3333FF;endArrow=none;endFill=0;" target="59XTsty1G1Yx93DkZX_j-120">
          <mxGeometry relative="1" as="geometry">
            <Array as="points">
              <mxPoint x="1055" y="900" />
              <mxPoint x="1235" y="900" />
            </Array>
          </mxGeometry>
        </mxCell>
        <mxCell id="59XTsty1G1Yx93DkZX_j-249" edge="1" parent="1" source="59XTsty1G1Yx93DkZX_j-231" style="edgeStyle=orthogonalEdgeStyle;orthogonalLoop=1;jettySize=auto;html=1;entryX=0.25;entryY=0;entryDx=0;entryDy=0;dashed=1;strokeColor=#3333FF;endArrow=none;endFill=0;" target="59XTsty1G1Yx93DkZX_j-116">
          <mxGeometry relative="1" as="geometry">
            <Array as="points">
              <mxPoint x="1055" y="900" />
              <mxPoint x="1175" y="900" />
            </Array>
          </mxGeometry>
        </mxCell>
        <mxCell id="0vSBfI8_46AL9H7hPHAw-2" edge="1" parent="1" source="59XTsty1G1Yx93DkZX_j-231" style="edgeStyle=orthogonalEdgeStyle;rounded=1;orthogonalLoop=1;jettySize=auto;html=1;entryX=0;entryY=0.5;entryDx=0;entryDy=0;dashed=1;strokeColor=#3333FF;curved=0;endArrow=none;endFill=0;" target="59XTsty1G1Yx93DkZX_j-155">
          <mxGeometry relative="1" as="geometry" />
        </mxCell>
        <mxCell id="0vSBfI8_46AL9H7hPHAw-6" edge="1" parent="1" source="59XTsty1G1Yx93DkZX_j-231" style="edgeStyle=orthogonalEdgeStyle;rounded=1;orthogonalLoop=1;jettySize=auto;html=1;entryX=0;entryY=0.5;entryDx=0;entryDy=0;curved=0;dashed=1;strokeColor=#3333FF;endArrow=none;endFill=0;" target="0vSBfI8_46AL9H7hPHAw-3">
          <mxGeometry relative="1" as="geometry" />
        </mxCell>
        <mxCell id="59XTsty1G1Yx93DkZX_j-231" parent="1" style="rounded=0;whiteSpace=wrap;html=1;fillColor=#b1ddf0;strokeColor=#10739e;" value="Motor Controller" vertex="1">
          <mxGeometry height="30" width="80" x="1015" y="860" as="geometry" />
        </mxCell>
        <mxCell id="0vSBfI8_46AL9H7hPHAw-3" parent="1" style="rounded=0;whiteSpace=wrap;html=1;fillColor=#b1ddf0;strokeColor=#10739e;" value="Spinner Tool Servo" vertex="1">
          <mxGeometry height="30" width="80" x="1165" y="780" as="geometry" />
        </mxCell>
        <mxCell id="0vSBfI8_46AL9H7hPHAw-30" edge="1" parent="1" source="0vSBfI8_46AL9H7hPHAw-7" style="edgeStyle=orthogonalEdgeStyle;rounded=1;orthogonalLoop=1;jettySize=auto;html=1;entryX=0.167;entryY=-0.009;entryDx=0;entryDy=0;dashed=1;strokeColor=#3333FF;curved=0;entryPerimeter=0;endArrow=none;endFill=0;" target="59XTsty1G1Yx93DkZX_j-111">
          <mxGeometry relative="1" as="geometry">
            <Array as="points">
              <mxPoint x="940" y="280" />
            </Array>
          </mxGeometry>
        </mxCell>
        <mxCell id="0vSBfI8_46AL9H7hPHAw-40" connectable="0" parent="0vSBfI8_46AL9H7hPHAw-30" style="edgeLabel;html=1;align=center;verticalAlign=middle;resizable=0;points=[];" value="TETHER (DATA)" vertex="1">
          <mxGeometry relative="1" x="-0.3495" as="geometry">
            <mxPoint as="offset" />
          </mxGeometry>
        </mxCell>
-         <mxCell id="0vSBfI8_46AL9H7hPHAw-7" parent="1" style="rounded=0;whiteSpace=wrap;html=1;fillColor=#f8cecc;strokeColor=#b85450;fontStyle=1" value="Fathom-X Tether Interface" vertex="1">
+         <mxCell id="0vSBfI8_46AL9H7hPHAw-7" parent="1" style="rounded=0;whiteSpace=wrap;html=1;fontStyle=1;fillColor=#d5e8d4;strokeColor=#82b366;" value="Fathom-X Tether Interface" vertex="1">
          <mxGeometry height="60" width="120" x="975" y="250" as="geometry" />
        </mxCell>
        <mxCell id="0vSBfI8_46AL9H7hPHAw-19" parent="1" style="text;html=1;whiteSpace=wrap;strokeColor=none;fillColor=none;align=center;verticalAlign=middle;rounded=0;rotation=270;" value="&lt;font face=&quot;Helvetica&quot; style=&quot;font-size: 28px;&quot;&gt;&lt;b&gt;&lt;span style=&quot;color: rgb(0, 102, 204);&quot;&gt;IN WATER&lt;/span&gt;&lt;/b&gt;&lt;/font&gt;" vertex="1">
          <mxGeometry height="30" width="140.65" x="809.03" y="549.67" as="geometry" />
        </mxCell>
        <mxCell id="0vSBfI8_46AL9H7hPHAw-21" edge="1" parent="1" style="endArrow=none;html=1;rounded=0;strokeWidth=3;fillColor=#fad7ac;strokeColor=#b46504;shadow=1;" value="">
          <mxGeometry height="50" relative="1" width="50" as="geometry">
            <mxPoint x="889.35" y="480" as="sourcePoint" />
            <mxPoint x="890" y="150" as="targetPoint" />
          </mxGeometry>
        </mxCell>
        <mxCell id="0vSBfI8_46AL9H7hPHAw-24" edge="1" parent="1" style="endArrow=none;html=1;rounded=0;strokeWidth=3;fillColor=#fad7ac;strokeColor=#b46504;shadow=1;" value="">
          <mxGeometry height="50" relative="1" width="50" as="geometry">
            <mxPoint x="890" y="150" as="sourcePoint" />
            <mxPoint x="1639.35" y="150" as="targetPoint" />
          </mxGeometry>
        </mxCell>
        <mxCell id="0vSBfI8_46AL9H7hPHAw-25" edge="1" parent="1" style="endArrow=none;html=1;rounded=0;strokeWidth=3;fillColor=#fad7ac;strokeColor=#b46504;shadow=1;" value="">
          <mxGeometry height="50" relative="1" width="50" as="geometry">
            <mxPoint x="1639.35" y="480" as="sourcePoint" />
            <mxPoint x="1639.35" y="150" as="targetPoint" />
          </mxGeometry>
        </mxCell>
        <mxCell id="0vSBfI8_46AL9H7hPHAw-26" edge="1" parent="1" style="endArrow=none;html=1;rounded=0;strokeWidth=3;fillColor=#fad7ac;strokeColor=#b46504;shadow=1;" value="">
          <mxGeometry height="50" relative="1" width="50" as="geometry">
            <mxPoint x="889.35" y="480" as="sourcePoint" />
            <mxPoint x="1639.35" y="480" as="targetPoint" />
          </mxGeometry>
        </mxCell>
        <mxCell id="0vSBfI8_46AL9H7hPHAw-27" parent="1" style="text;html=1;whiteSpace=wrap;strokeColor=none;fillColor=none;align=center;verticalAlign=middle;rounded=0;rotation=270;" value="&lt;font style=&quot;font-size: 28px; color: rgb(180, 101, 4);&quot;&gt;&lt;b&gt;SURFACE&lt;/b&gt;&lt;/font&gt;" vertex="1">
          <mxGeometry height="30" width="140" x="809.35" y="390" as="geometry" />
        </mxCell>
        <mxCell id="0vSBfI8_46AL9H7hPHAw-37" parent="1" style="rounded=0;whiteSpace=wrap;html=1;fillColor=#b1ddf0;strokeColor=#10739e;" value="Camera" vertex="1">
          <mxGeometry height="30" width="80" x="1165" y="620" as="geometry" />
        </mxCell>
      </root>
    </mxGraphModel>
  </diagram>
</mxfile>
